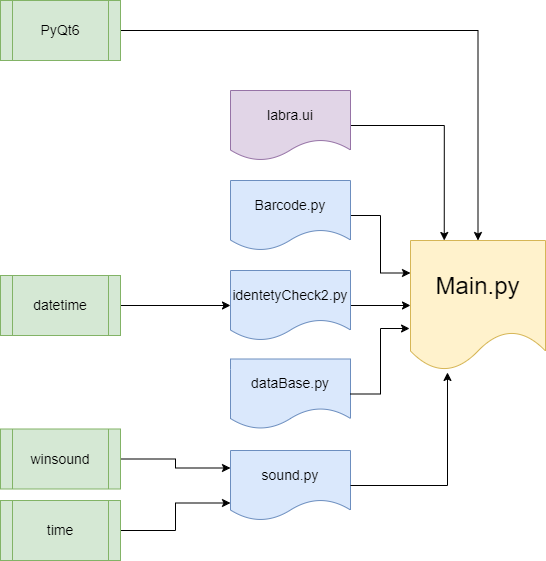
Above: Docs/Pictures/Riipuvuudet.drawio.png in HennaSalla/PythonYmparisto (draw.io), before the change. Source tidied: cells renumbered, new cells last; positions are measured from the earlier drawing's top-left corner, leaving out a move shared by most shapes.
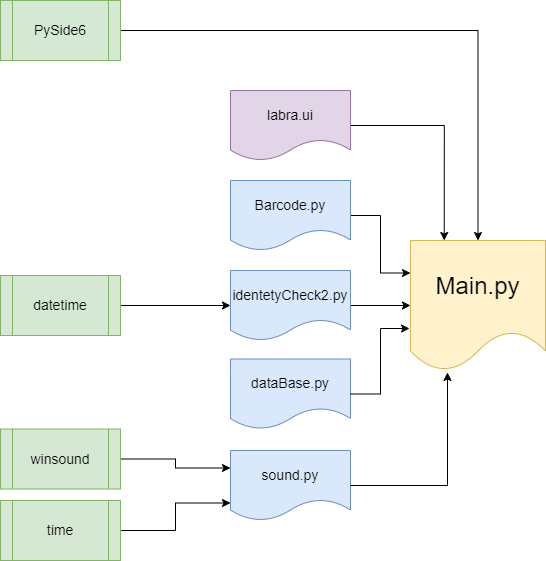
The same diagram one commit later.

Diff of the diagram source:
```diff
@@ -56,7 +56,7 @@
     <mxCell id="19" style="edgeStyle=orthogonalEdgeStyle;rounded=0;jettySize=auto;html=1;entryX=0.5;entryY=0;entryDx=0;entryDy=0;" parent="1" edge="1" source="20" target="2">
       <mxGeometry relative="1" as="geometry" />
     </mxCell>
-    <mxCell id="20" value="&lt;span style=&quot;font-size: 14px;&quot;&gt;PyQt6&lt;/span&gt;" style="shape=process;whiteSpace=wrap;html=1;backgroundOutline=1;fillColor=#d5e8d4;strokeColor=#82b366;" parent="1" vertex="1">
+    <mxCell id="20" value="&lt;span style=&quot;font-size: 14px;&quot;&gt;PySide6&lt;/span&gt;" style="shape=process;whiteSpace=wrap;html=1;backgroundOutline=1;fillColor=#d5e8d4;strokeColor=#82b366;" parent="1" vertex="1">
       <mxGeometry width="120" height="60" as="geometry" />
     </mxCell>
   </root>
```
